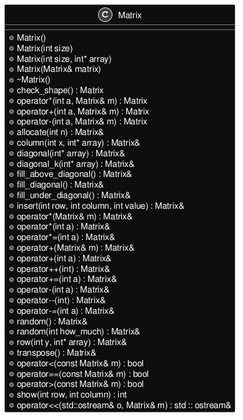
MaciejWojs/Matrix keeps this PlantUML diagram as inline_umlgraph_1.png. Above is the earlier version.
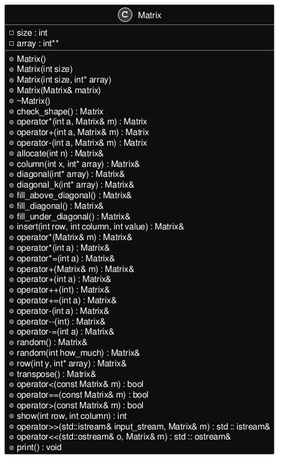
Above is the later version.

Diff of the diagram source:
```diff
@@ -3,6 +3,8 @@
 skinparam backgroundColor transparent
 
 class Matrix {
+-size : int
+-array : int**
 +Matrix()
 +Matrix(int size)
 +Matrix(int size, int* array)
@@ -38,7 +40,9 @@
 +operator==(const Matrix& m) : bool
 +operator>(const Matrix& m) : bool
 +show(int row, int column) : int
++operator>>(std::istream& input_stream, Matrix& m) : std :: istream&
 +operator<<(std::ostream& o, Matrix& m) : std :: ostream&
++print() : void
 
 }
 @enduml
```
